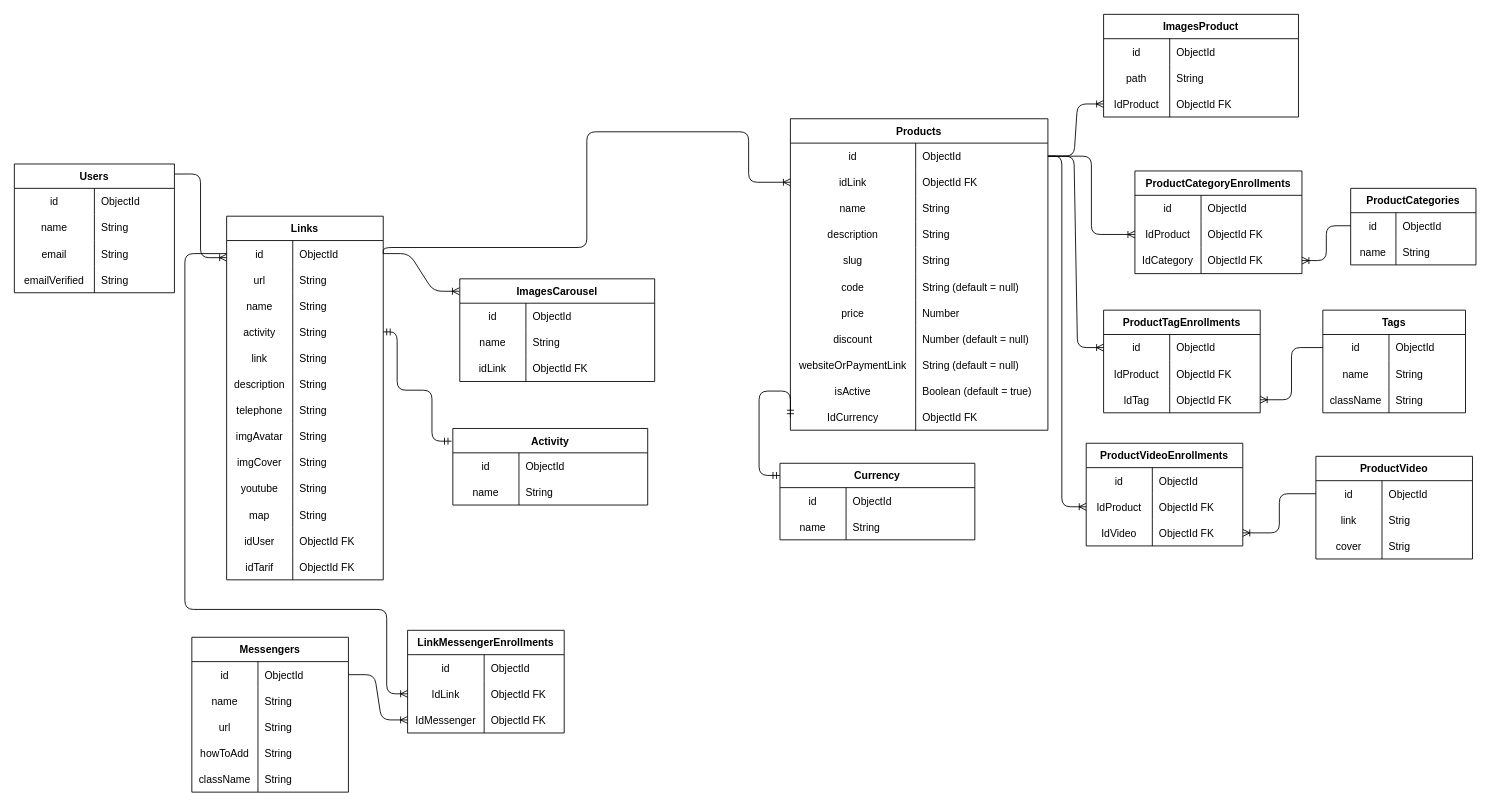
Before: Untitled Diagram.drawio in frecautanigor/frecautanigor.github.io, a draw.io diagram. Source tidied: cells renumbered, new cells numbered last; positions are measured from the earlier drawing's top-left corner, leaving out a move shared by most shapes. Both pictures are drawn from the tidied source at 87%, with x=0, y=0 at pixel (14, 14).
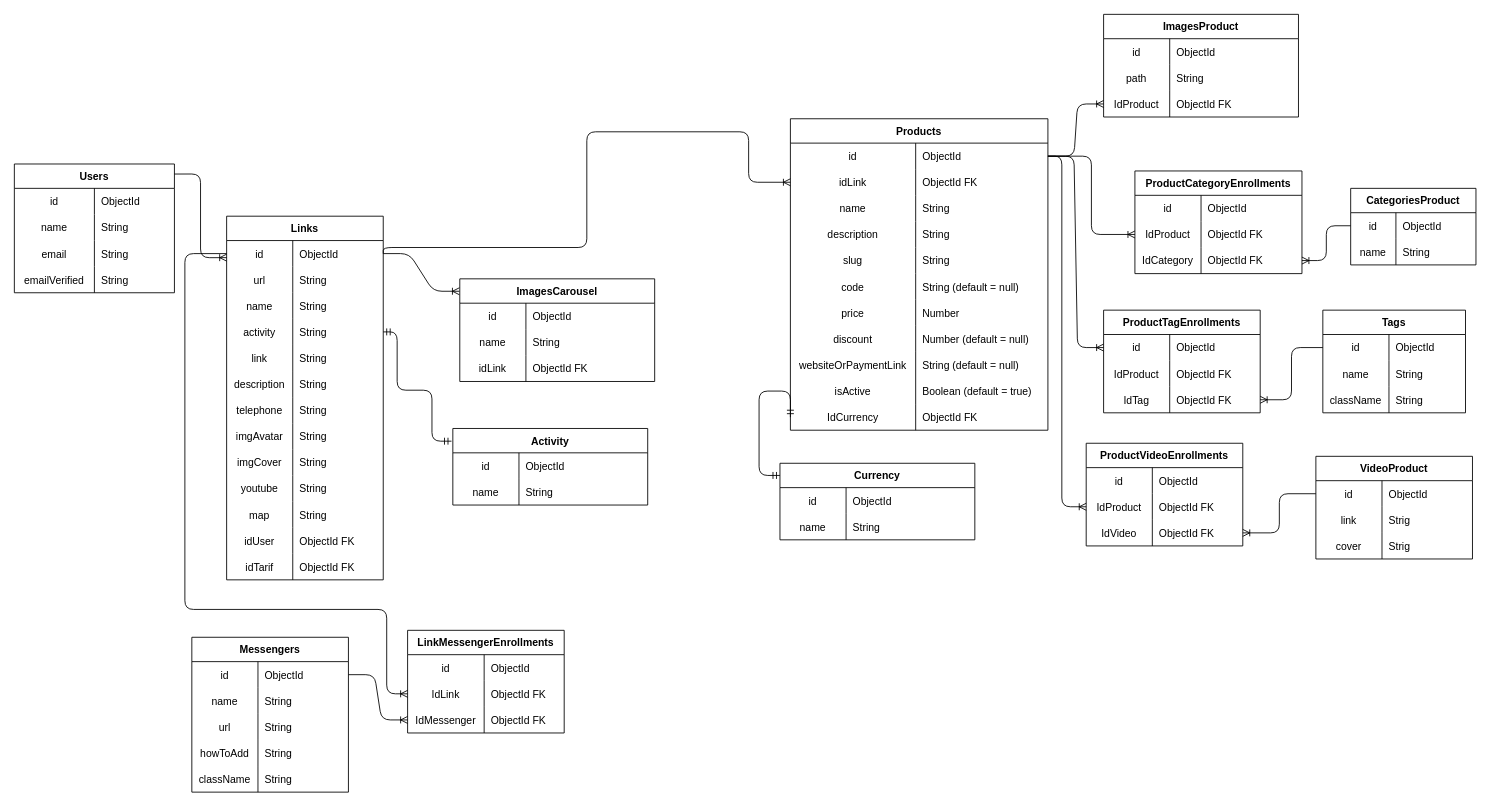
The same page after the edit.

What changed in the source:
```diff
@@
-    <mxCell id="162" value="ProductCategories" style="shape=table;startSize=28;childLayout=tableLayout;rowLines=0;fontStyle=1;align=center;" parent="1" vertex="1">
+    <mxCell id="162" value="CategoriesProduct" style="shape=table;startSize=28;childLayout=tableLayout;rowLines=0;fontStyle=1;align=center;" parent="1" vertex="1">
       <mxGeometry x="1536" y="200" width="144" height="88" as="geometry" />
     </mxCell>
@@
-    <mxCell id="199" value="ProductVideo" style="shape=table;startSize=28;childLayout=tableLayout;rowLines=0;fontStyle=1;align=center;" parent="1" vertex="1">
+    <mxCell id="199" value="VideoProduct" style="shape=table;startSize=28;childLayout=tableLayout;rowLines=0;fontStyle=1;align=center;" parent="1" vertex="1">
       <mxGeometry x="1496" y="508" width="180" height="118" as="geometry" />
     </mxCell>
```
